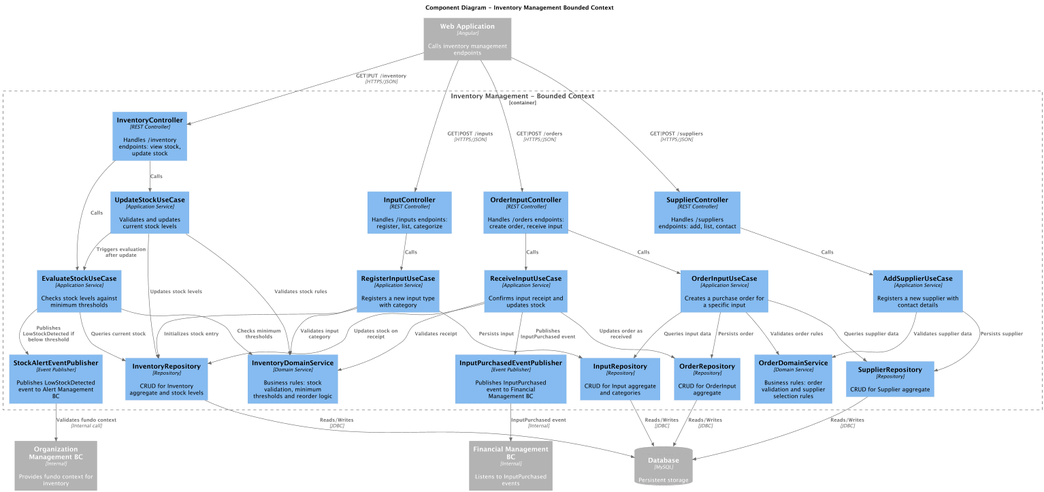
Earlier version of the PlantUML export docs/Arquitecture/img/ComponentDiagramInventory.png (upc-pre-202610-1asi0729-11881-greenspot/kampo-report).
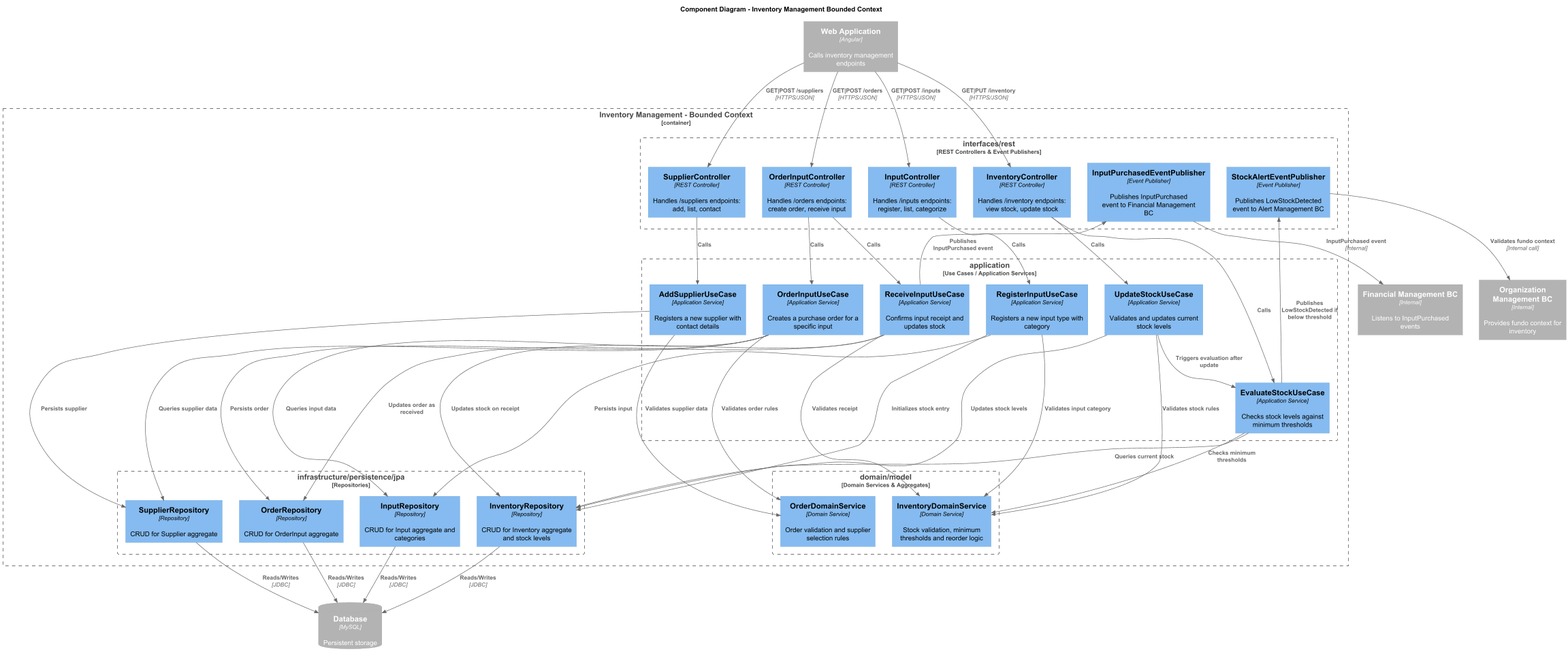
After the commit.

What changed in the source:
```diff
@@ -13,68 +13,78 @@
 
 Container_Boundary(inventoryBC, "Inventory Management - Bounded Context") {
 
-    Component(inventoryController,  "InventoryController",         "REST Controller",     "Handles /inventory endpoints: view stock, update stock")
-    Component(supplierController,   "SupplierController",          "REST Controller",     "Handles /suppliers endpoints: add, list, contact")
-    Component(orderController,      "OrderInputController",        "REST Controller",     "Handles /orders endpoints: create order, receive input")
-    Component(inputController,      "InputController",             "REST Controller",     "Handles /inputs endpoints: register, list, categorize")
+    Boundary(interfaces, "interfaces/rest", "REST Controllers & Event Publishers") {
+        Component(inventoryController, "InventoryController",          "REST Controller", "Handles /inventory endpoints: view stock, update stock")
+        Component(supplierController,  "SupplierController",           "REST Controller", "Handles /suppliers endpoints: add, list, contact")
+        Component(orderController,     "OrderInputController",         "REST Controller", "Handles /orders endpoints: create order, receive input")
+        Component(inputController,     "InputController",              "REST Controller", "Handles /inputs endpoints: register, list, categorize")
+        Component(inputPurchasedPub,   "InputPurchasedEventPublisher", "Event Publisher", "Publishes InputPurchased event to Financial Management BC")
+        Component(stockAlertPub,       "StockAlertEventPublisher",     "Event Publisher", "Publishes LowStockDetected event to Alert Management BC")
+    }
 
-    Component(updateStockUC,        "UpdateStockUseCase",          "Application Service", "Validates and updates current stock levels")
-    Component(addSupplierUC,        "AddSupplierUseCase",          "Application Service", "Registers a new supplier with contact details")
-    Component(orderInputUC,         "OrderInputUseCase",           "Application Service", "Creates a purchase order for a specific input")
-    Component(receiveInputUC,       "ReceiveInputUseCase",         "Application Service", "Confirms input receipt and updates stock")
-    Component(evaluateStockUC,      "EvaluateStockUseCase",        "Application Service", "Checks stock levels against minimum thresholds")
-    Component(registerInputUC,      "RegisterInputUseCase",        "Application Service", "Registers a new input type with category")
+    Boundary(application, "application", "Use Cases / Application Services") {
+        Component(updateStockUC,   "UpdateStockUseCase",   "Application Service", "Validates and updates current stock levels")
+        Component(addSupplierUC,   "AddSupplierUseCase",   "Application Service", "Registers a new supplier with contact details")
+        Component(orderInputUC,    "OrderInputUseCase",    "Application Service", "Creates a purchase order for a specific input")
+        Component(receiveInputUC,  "ReceiveInputUseCase",  "Application Service", "Confirms input receipt and updates stock")
+        Component(evaluateStockUC, "EvaluateStockUseCase", "Application Service", "Checks stock levels against minimum thresholds")
+        Component(registerInputUC, "RegisterInputUseCase", "Application Service", "Registers a new input type with category")
+    }
 
-    Component(inventoryDomainSvc,   "InventoryDomainService",      "Domain Service",      "Business rules: stock validation, minimum thresholds and reorder logic")
-    Component(orderDomainSvc,       "OrderDomainService",          "Domain Service",      "Business rules: order validation and supplier selection rules")
+    Boundary(domain, "domain/model", "Domain Services & Aggregates") {
+        Component(inventoryDomainSvc, "InventoryDomainService", "Domain Service", "Stock validation, minimum thresholds and reorder logic")
+        Component(orderDomainSvc,     "OrderDomainService",     "Domain Service", "Order validation and supplier selection rules")
+    }
 
-    Component(inventoryRepo,        "InventoryRepository",         "Repository",          "CRUD for Inventory aggregate and stock levels")
-    Component(supplierRepo,         "SupplierRepository",          "Repository",          "CRUD for Supplier aggregate")
-    Component(orderRepo,            "OrderRepository",             "Repository",          "CRUD for OrderInput aggregate")
-    Component(inputRepo,            "InputRepository",             "Repository",          "CRUD for Input aggregate and categories")
-
-    Component(inputPurchasedPub,    "InputPurchasedEventPublisher","Event Publisher",     "Publishes InputPurchased event to Financial Management BC")
-    Component(stockAlertPub,        "StockAlertEventPublisher",    "Event Publisher",     "Publishes LowStockDetected event to Alert Management BC")
+    Boundary(infrastructure, "infrastructure/persistence/jpa", "Repositories") {
+        Component(inventoryRepo, "InventoryRepository", "Repository", "CRUD for Inventory aggregate and stock levels")
+        Component(supplierRepo,  "SupplierRepository",  "Repository", "CRUD for Supplier aggregate")
+        Component(orderRepo,     "OrderRepository",     "Repository", "CRUD for OrderInput aggregate")
+        Component(inputRepo,     "InputRepository",     "Repository", "CRUD for Input aggregate and categories")
+    }
 }
 
-Rel(spa, inventoryController, "GET|PUT /inventory",    "HTTPS/JSON")
-Rel(spa, supplierController,  "GET|POST /suppliers",   "HTTPS/JSON")
-Rel(spa, orderController,     "GET|POST /orders",      "HTTPS/JSON")
-Rel(spa, inputController,     "GET|POST /inputs",      "HTTPS/JSON")
+Rel(spa, inventoryController, "GET|PUT /inventory",  "HTTPS/JSON")
+Rel(spa, supplierController,  "GET|POST /suppliers", "HTTPS/JSON")
+Rel(spa, orderController,     "GET|POST /orders",    "HTTPS/JSON")
+Rel(spa, inputController,     "GET|POST /inputs",    "HTTPS/JSON")
 
-Rel(inventoryController, updateStockUC,    "Calls")
-Rel(inventoryController, evaluateStockUC,  "Calls")
-Rel(supplierController,  addSupplierUC,    "Calls")
-Rel(orderController,     orderInputUC,     "Calls")
-Rel(orderController,     receiveInputUC,   "Calls")
-Rel(inputController,     registerInputUC,  "Calls")
+Rel(inventoryController, updateStockUC,   "Calls")
+Rel(inventoryController, evaluateStockUC, "Calls")
+Rel(supplierController,  addSupplierUC,   "Calls")
+Rel(orderController,     orderInputUC,    "Calls")
+Rel(orderController,     receiveInputUC,  "Calls")
+Rel(inputController,     registerInputUC, "Calls")
 
-Rel(updateStockUC,    inventoryDomainSvc,  "Validates stock rules")
-Rel(updateStockUC,    inventoryRepo,       "Updates stock levels")
-Rel(updateStockUC,    evaluateStockUC,     "Triggers evaluation after update")
-Rel(addSupplierUC,    orderDomainSvc,      "Validates supplier data")
-Rel(addSupplierUC,    supplierRepo,        "Persists supplier")
-Rel(orderInputUC,     orderDomainSvc,      "Validates order rules")
-Rel(orderInputUC,     supplierRepo,        "Queries supplier data")
-Rel(orderInputUC,     inputRepo,           "Queries input data")
-Rel(orderInputUC,     orderRepo,           "Persists order")
-Rel(receiveInputUC,   inventoryDomainSvc,  "Validates receipt")
-Rel(receiveInputUC,   orderRepo,           "Updates order as received")
-Rel(receiveInputUC,   inventoryRepo,       "Updates stock on receipt")
-Rel(receiveInputUC,   inputPurchasedPub,   "Publishes InputPurchased event")
-Rel(evaluateStockUC,  inventoryDomainSvc,  "Checks minimum thresholds")
-Rel(evaluateStockUC,  inventoryRepo,       "Queries current stock")
-Rel(evaluateStockUC,  stockAlertPub,       "Publishes LowStockDetected if below threshold")
-Rel(registerInputUC,  inventoryDomainSvc,  "Validates input category")
-Rel(registerInputUC,  inputRepo,           "Persists input")
-Rel(registerInputUC,  inventoryRepo,       "Initializes stock entry")
+Rel(updateStockUC,   inventoryDomainSvc, "Validates stock rules")
+Rel(addSupplierUC,   orderDomainSvc,     "Validates supplier data")
+Rel(orderInputUC,    orderDomainSvc,     "Validates order rules")
+Rel(receiveInputUC,  inventoryDomainSvc, "Validates receipt")
+Rel(evaluateStockUC, inventoryDomainSvc, "Checks minimum thresholds")
+Rel(registerInputUC, inventoryDomainSvc, "Validates input category")
+
+Rel(updateStockUC,   inventoryRepo, "Updates stock levels")
+Rel(addSupplierUC,   supplierRepo,  "Persists supplier")
+Rel(orderInputUC,    supplierRepo,  "Queries supplier data")
+Rel(orderInputUC,    inputRepo,     "Queries input data")
+Rel(orderInputUC,    orderRepo,     "Persists order")
+Rel(receiveInputUC,  orderRepo,     "Updates order as received")
+Rel(receiveInputUC,  inventoryRepo, "Updates stock on receipt")
+Rel(evaluateStockUC, inventoryRepo, "Queries current stock")
+Rel(registerInputUC, inputRepo,     "Persists input")
+Rel(registerInputUC, inventoryRepo, "Initializes stock entry")
+
+Rel(updateStockUC, evaluateStockUC, "Triggers evaluation after update")
+
+Rel(receiveInputUC,  inputPurchasedPub, "Publishes InputPurchased event")
+Rel(evaluateStockUC, stockAlertPub,     "Publishes LowStockDetected if below threshold")
+
+Rel(inputPurchasedPub, financialBC, "InputPurchased event",    "Internal")
+Rel(stockAlertPub,     orgBC,       "Validates fundo context", "Internal call")
 
 Rel(inventoryRepo, db, "Reads/Writes", "JDBC")
 Rel(supplierRepo,  db, "Reads/Writes", "JDBC")
 Rel(orderRepo,     db, "Reads/Writes", "JDBC")
 Rel(inputRepo,     db, "Reads/Writes", "JDBC")
 
-Rel(inputPurchasedPub, financialBC, "InputPurchased event",    "Internal")
-Rel(stockAlertPub,     orgBC,       "Validates fundo context", "Internal call")
-
 @enduml
```
